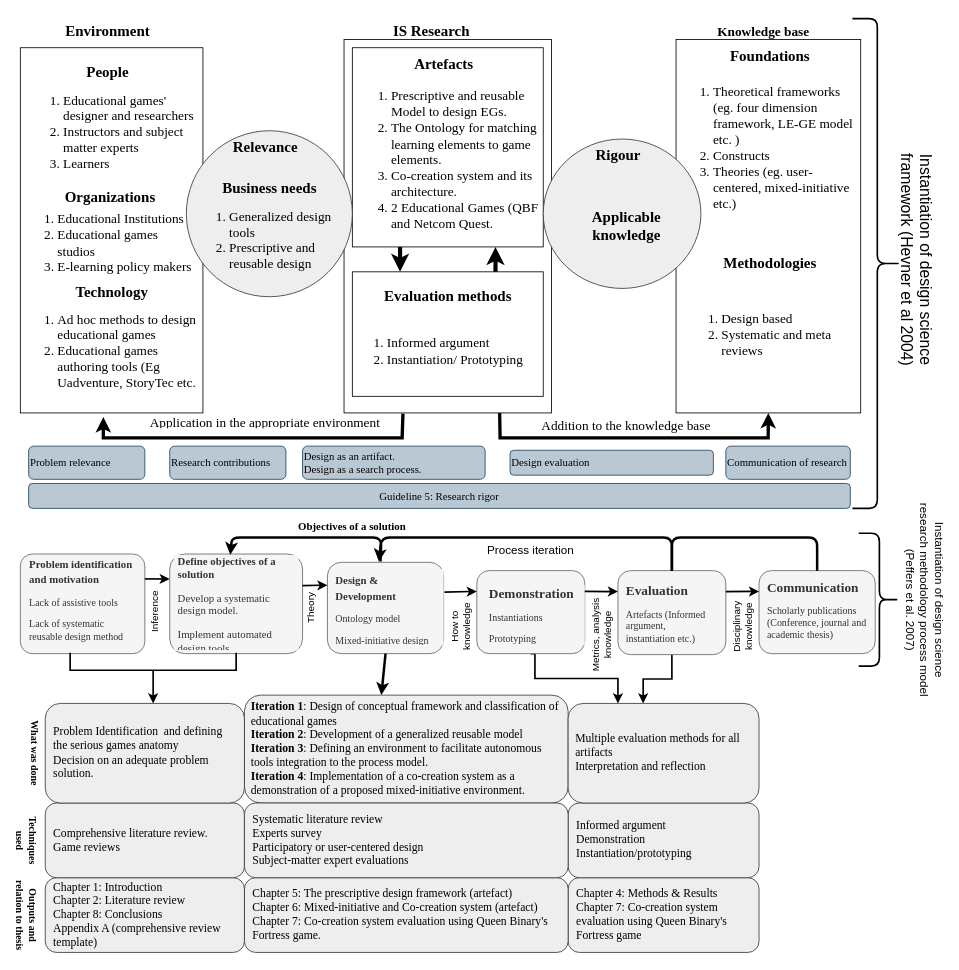
Earlier version of the draw.io diagram page "Methodology" (2 of 13) of TheModel.drawio (Kibolabs/Diagrams). Source tidied: cells renumbered, new cells numbered last; positions are measured from the earlier drawing's top-left corner, leaving out a move shared by most shapes. Both pictures are drawn from the tidied source at 83%, with x=0, y=0 at pixel (-15, 14).
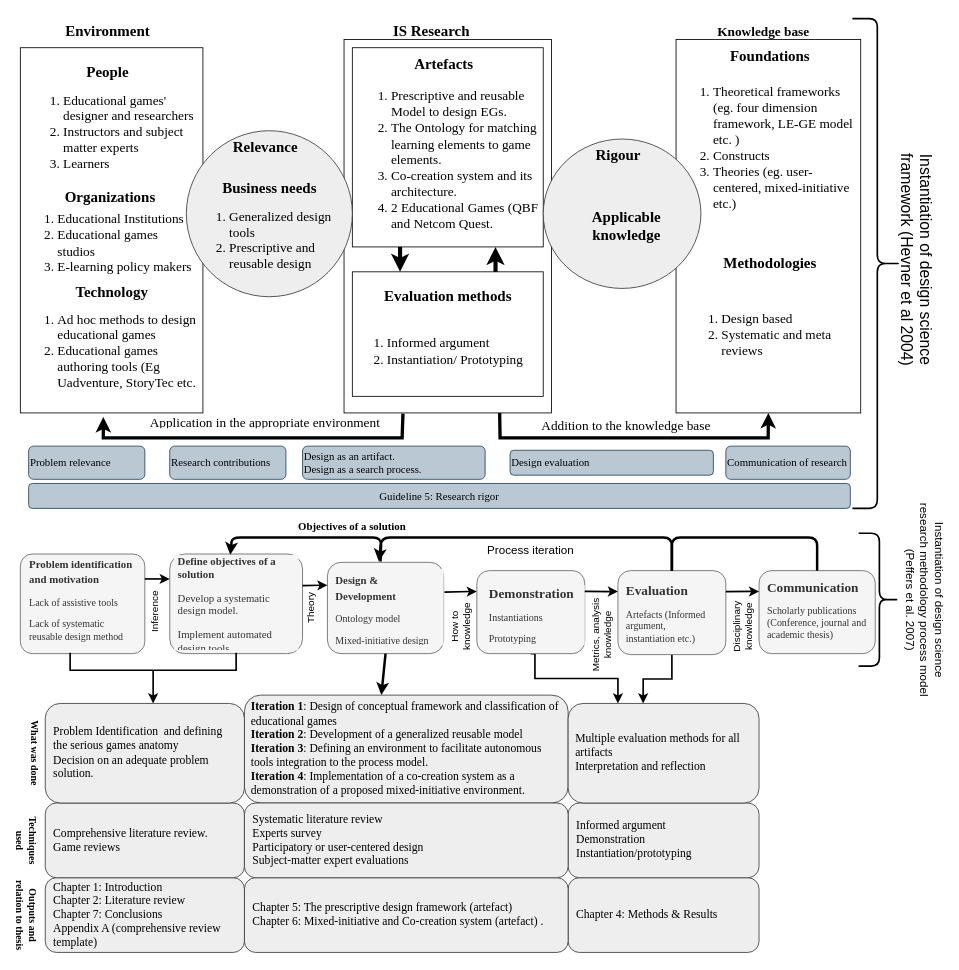
The same page after the edit.

What changed in the source:
```diff
@@
-    <mxCell id="49" value="&lt;div style=&quot;font-size: 14px&quot;&gt;Chapter 4: Methods &amp;amp; Results&lt;br style=&quot;font-size: 14px&quot;&gt;&lt;/div&gt;&lt;div style=&quot;font-size: 14px&quot;&gt;Chapter 7: Co-creation system evaluation using Queen Binary's Fortress game&lt;br style=&quot;font-size: 14px&quot;&gt;&lt;/div&gt;" style="rounded=1;whiteSpace=wrap;html=1;align=left;fontFamily=Times New Roman;fontSize=14;fillColor=#eeeeee;strokeColor=#36393d;spacing=10;" parent="1" vertex="1">
+    <mxCell id="49" value="&lt;div style=&quot;font-size: 14px&quot;&gt;Chapter 4: Methods &amp;amp; Results&lt;/div&gt;" style="rounded=1;whiteSpace=wrap;html=1;align=left;fontFamily=Times New Roman;fontSize=14;fillColor=#eeeeee;strokeColor=#36393d;spacing=10;" parent="1" vertex="1">
       <mxGeometry x="702" y="1040" width="230" height="90" as="geometry" />
     </mxCell>
-    <mxCell id="50" value="&lt;div style=&quot;font-size: 14px&quot;&gt;Chapter 5: The prescriptive design framework (artefact)&lt;br style=&quot;font-size: 14px&quot;&gt;&lt;/div&gt;&lt;div style=&quot;font-size: 14px&quot;&gt;Chapter 6: Mixed-initiative and Co-creation system (artefact)&lt;br style=&quot;font-size: 14px&quot;&gt;&lt;/div&gt;&lt;div style=&quot;font-size: 14px&quot;&gt;Chapter 7: Co-creation system evaluation using Queen Binary's Fortress game.&lt;/div&gt;" style="rounded=1;whiteSpace=wrap;html=1;align=left;fontFamily=Times New Roman;fontSize=14;fillColor=#eeeeee;strokeColor=#36393d;spacing=10;" parent="1" vertex="1">
+    <mxCell id="50" value="&lt;div style=&quot;font-size: 14px&quot;&gt;Chapter 5: The prescriptive design framework (artefact)&lt;br style=&quot;font-size: 14px&quot;&gt;&lt;/div&gt;&lt;div style=&quot;font-size: 14px&quot;&gt;Chapter 6: Mixed-initiative and Co-creation system (artefact) .&lt;/div&gt;" style="rounded=1;whiteSpace=wrap;html=1;align=left;fontFamily=Times New Roman;fontSize=14;fillColor=#eeeeee;strokeColor=#36393d;spacing=10;" parent="1" vertex="1">
       <mxGeometry x="312" y="1040" width="390" height="90" as="geometry" />
     </mxCell>
-    <mxCell id="51" value="&lt;div style=&quot;font-size: 14px&quot;&gt;Chapter 1: Introduction&lt;br style=&quot;font-size: 14px&quot;&gt;&lt;/div&gt;&lt;div style=&quot;font-size: 14px&quot;&gt;Chapter 2: Literature review&lt;br style=&quot;font-size: 14px&quot;&gt;&lt;/div&gt;&lt;div style=&quot;font-size: 14px&quot;&gt;Chapter 8: Conclusions&lt;/div&gt;&lt;div style=&quot;font-size: 14px&quot;&gt;Appendix A (comprehensive review template)&lt;br style=&quot;font-size: 14px&quot;&gt;&lt;/div&gt;" style="rounded=1;whiteSpace=wrap;html=1;align=left;fontFamily=Times New Roman;fontSize=14;fillColor=#eeeeee;strokeColor=#36393d;spacing=10;" parent="1" vertex="1">
+    <mxCell id="51" value="&lt;div style=&quot;font-size: 14px&quot;&gt;Chapter 1: Introduction&lt;br style=&quot;font-size: 14px&quot;&gt;&lt;/div&gt;&lt;div style=&quot;font-size: 14px&quot;&gt;Chapter 2: Literature review&lt;br style=&quot;font-size: 14px&quot;&gt;&lt;/div&gt;&lt;div style=&quot;font-size: 14px&quot;&gt;Chapter 7: Conclusions&lt;/div&gt;&lt;div style=&quot;font-size: 14px&quot;&gt;Appendix A (comprehensive review template)&lt;br style=&quot;font-size: 14px&quot;&gt;&lt;/div&gt;" style="rounded=1;whiteSpace=wrap;html=1;align=left;fontFamily=Times New Roman;fontSize=14;fillColor=#eeeeee;strokeColor=#36393d;spacing=10;" parent="1" vertex="1">
       <mxGeometry x="72" y="1040" width="240" height="90" as="geometry" />
     </mxCell>
```
